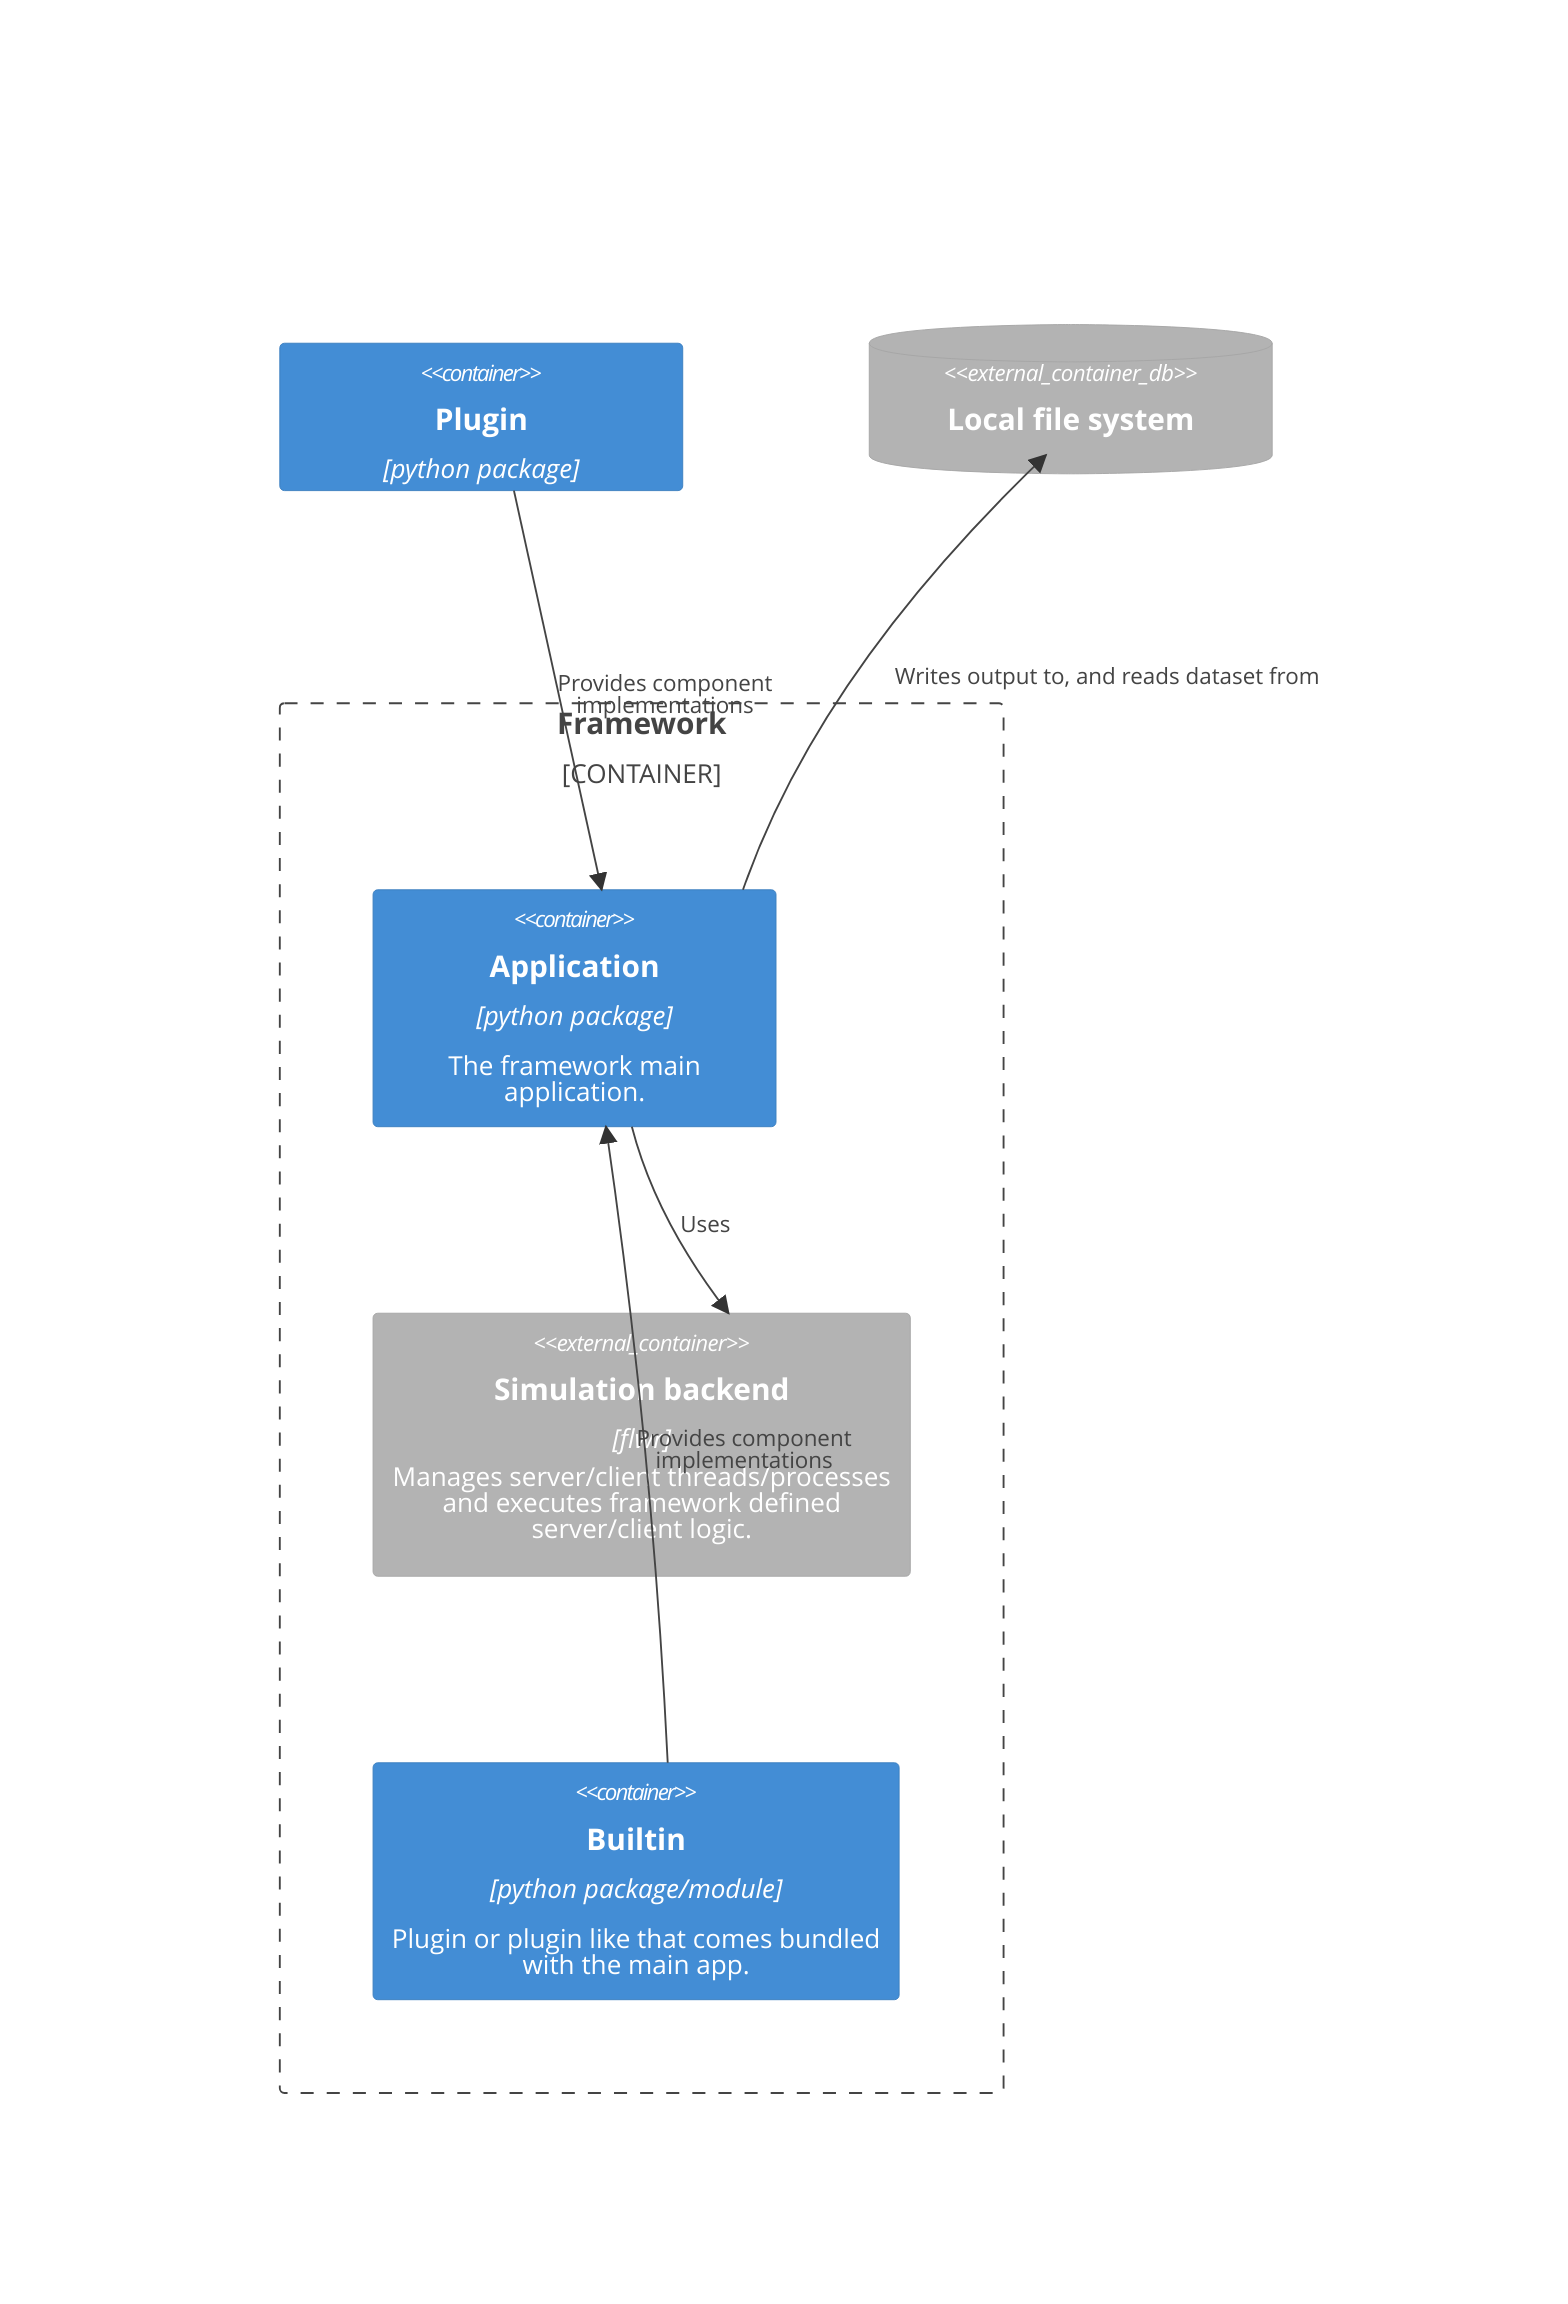
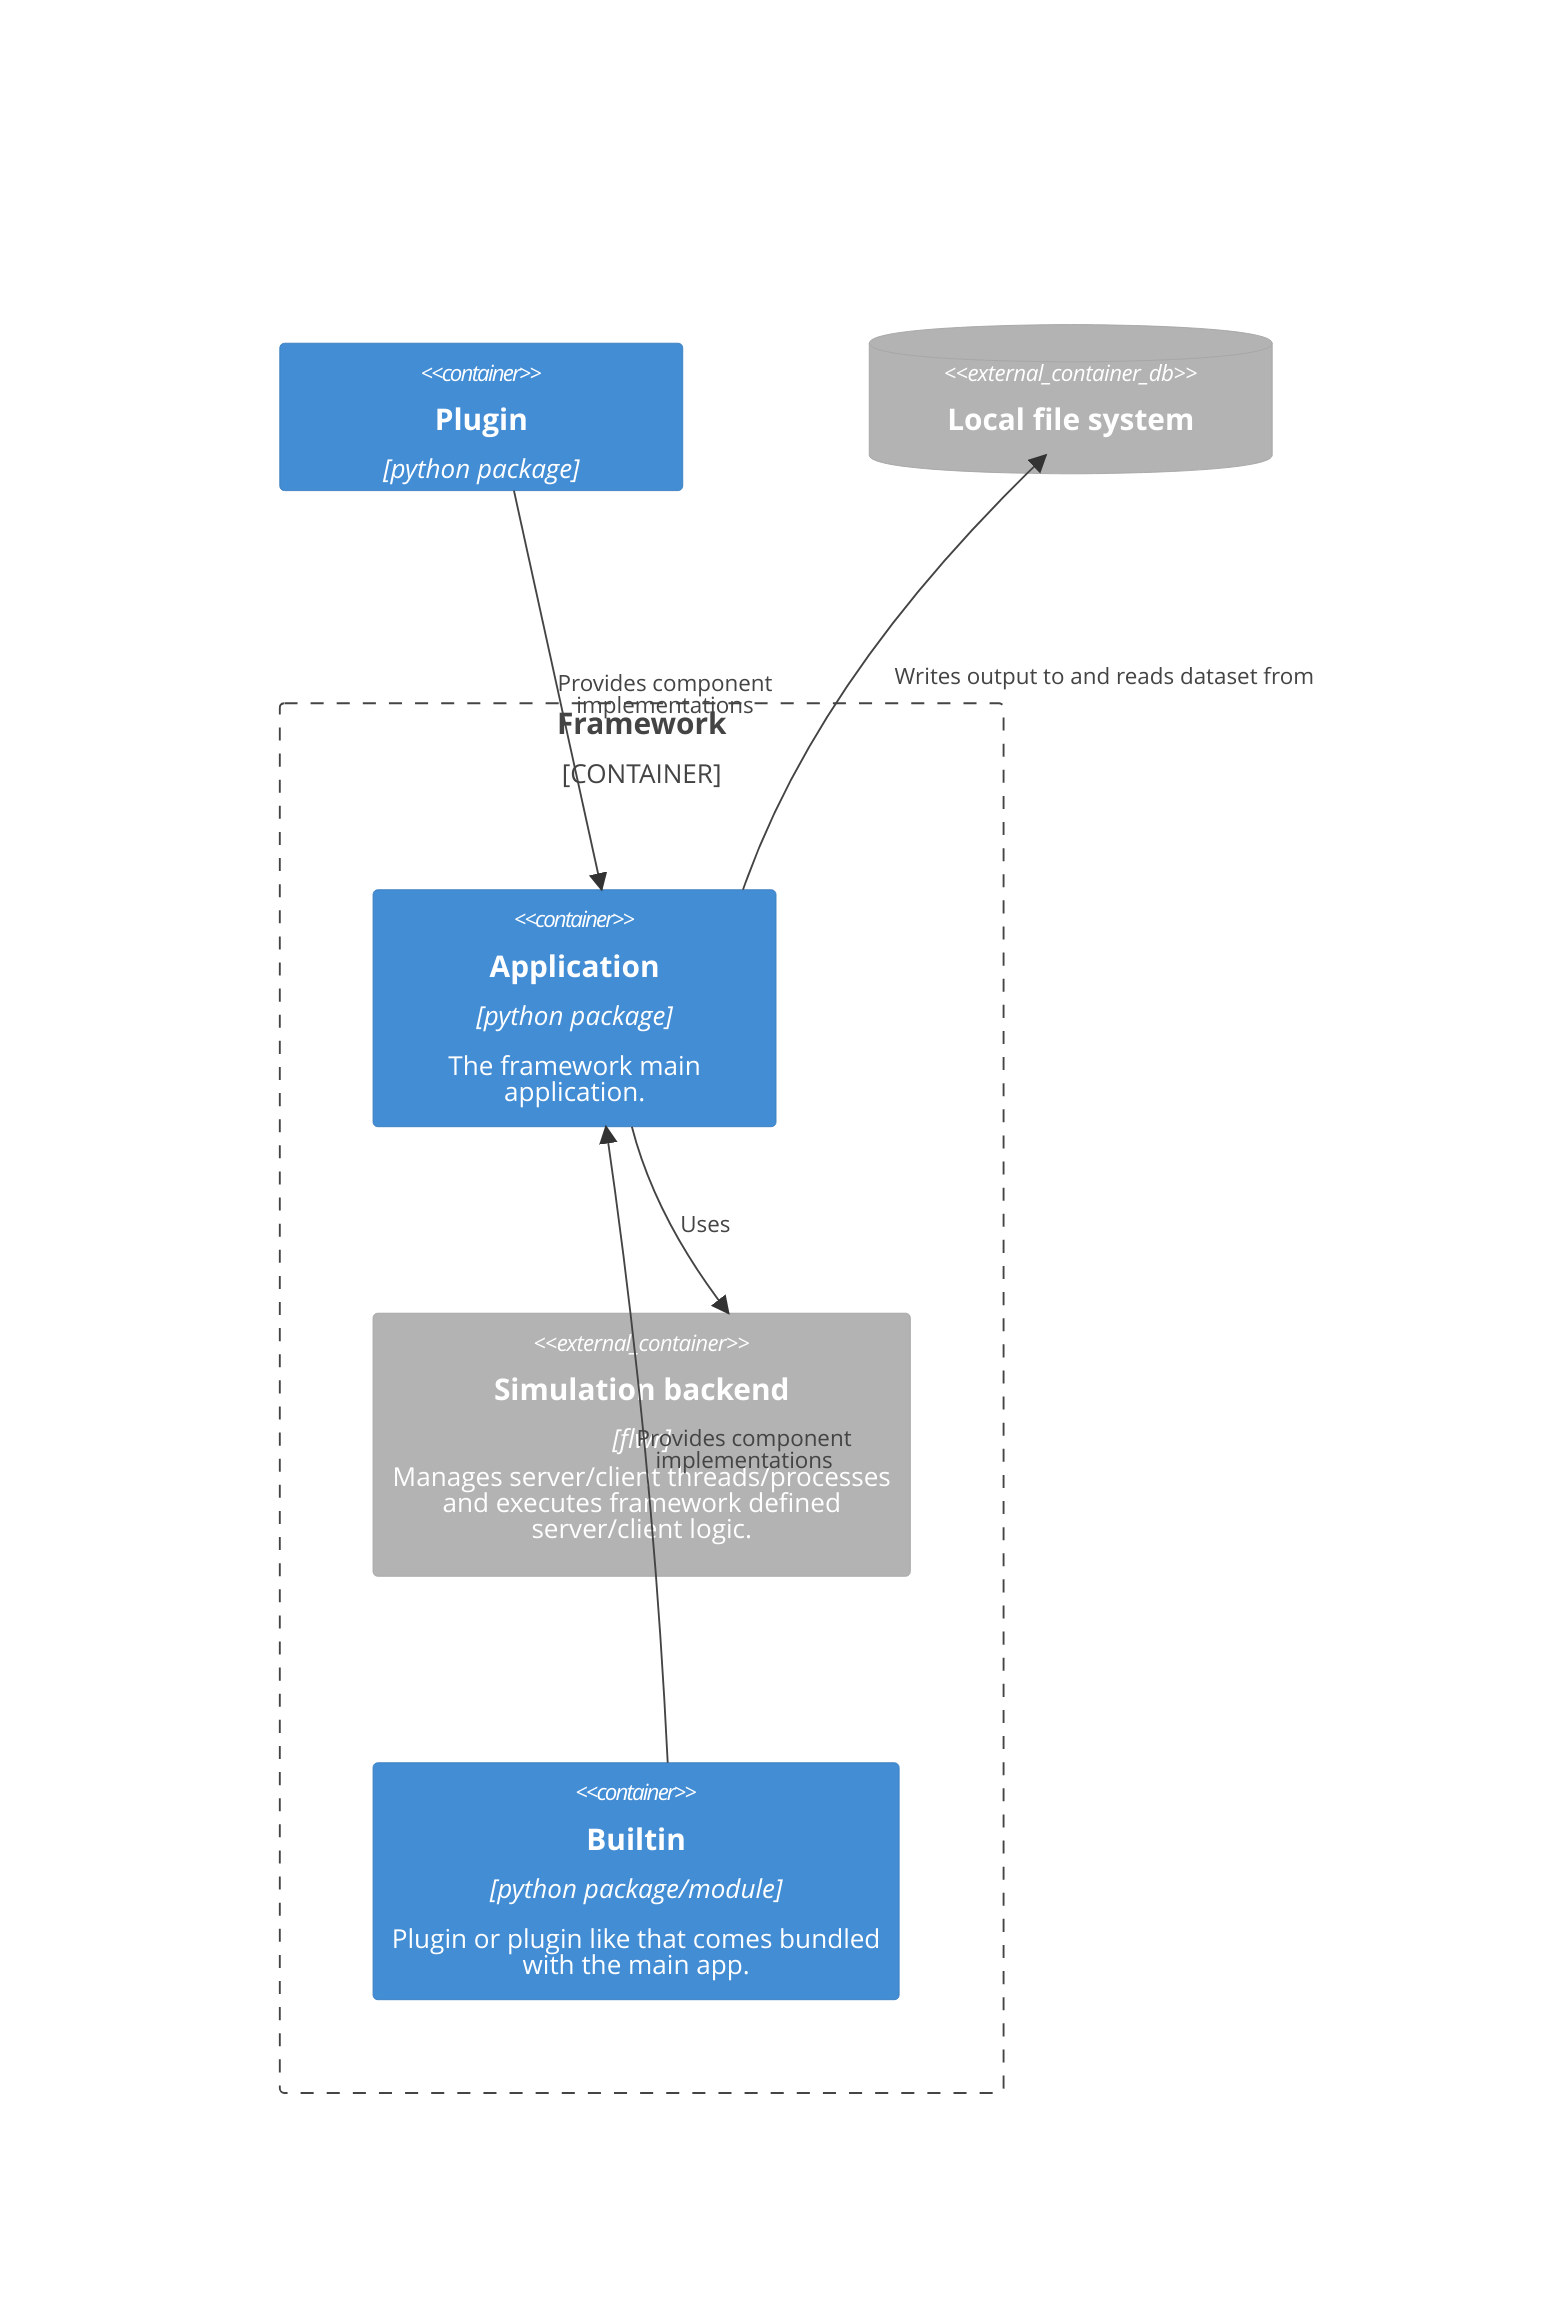
 C4Container
     Container(plugin, "Plugin", "python package", "")
     Container_Boundary(framework, "Framework") {
         Container(main, "Application", "python package", "The framework main<br/>
            application.")
         Container_Ext(backend, "Simulation backend", "flwr", "Manages server/client
            threads/processes<br/> and executes framework defined <br>server/client
            logic.")
         Container(builtin, "Builtin", "python package/module", "Plugin or plugin
            like that comes bundled<br/> with the main app.")
     }
     ContainerDb_Ext(filesystem, "Local file system")

     Rel(plugin, main, "Provides component<br/>implementations")
     Rel(builtin, main, "Provides component<br/>implementations")
     Rel(main, backend, "Uses")
-      Rel(main, filesystem, "Writes output to, and reads dataset from")
+      Rel(main, filesystem, "Writes output to and reads dataset from")
     UpdateLayoutConfig($c4ShapeInRow="2")





